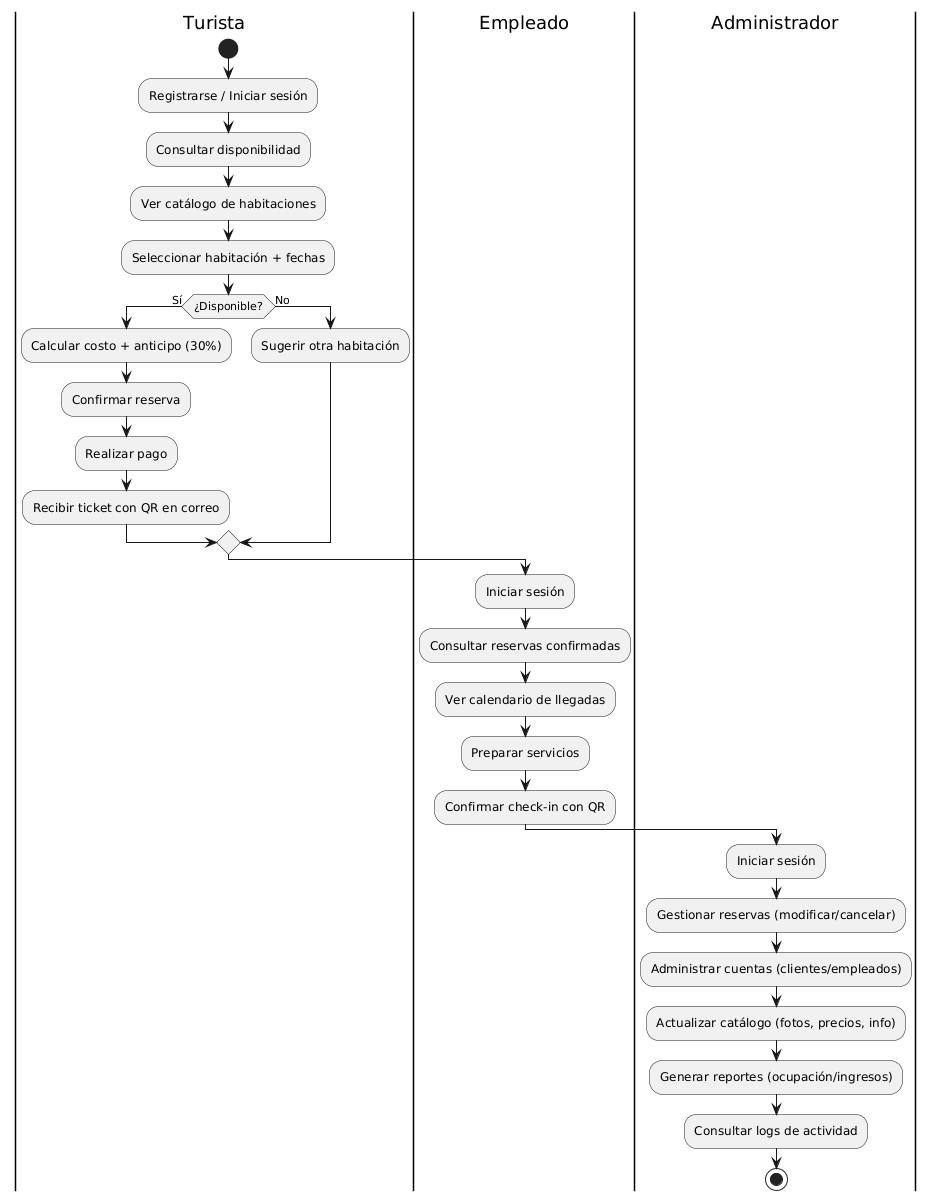
Above: Diagramas UML 4+1/DiagramaDeActividad.png in crashgluck/hotel_proyecto_duoc (PlantUML), before the change.
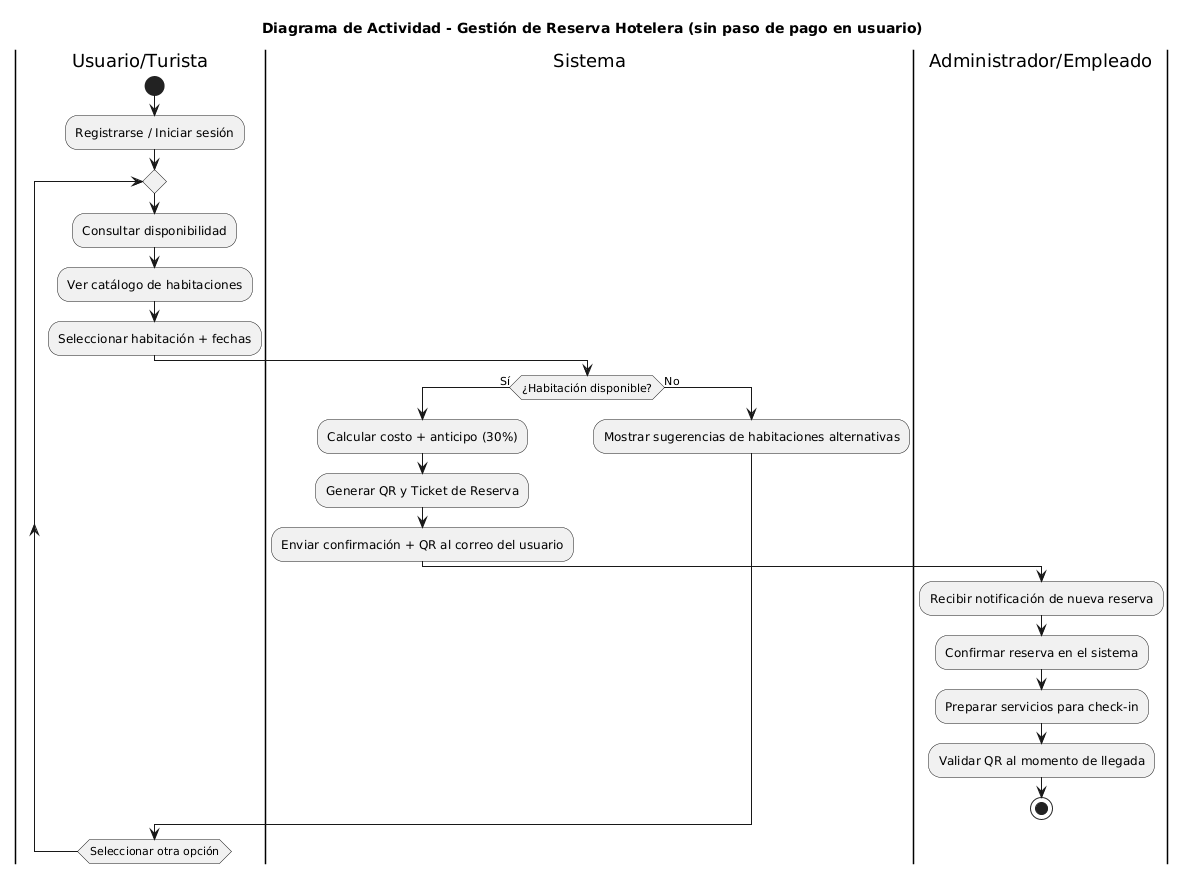
The same diagram one commit later.

Commit message:
Actualización de diagramad de actividad

Modificación de diagrama según feedback

What changed in the source:
```diff
@@ -1,34 +1,33 @@
 @startuml
-|Turista|
+title Diagrama de Actividad - Gestión de Reserva Hotelera (sin paso de pago en usuario)
+
+|Usuario/Turista|
 start
 :Registrarse / Iniciar sesión;
-:Consultar disponibilidad;
-:Ver catálogo de habitaciones;
-:Seleccionar habitación + fechas;
+repeat
+  :Consultar disponibilidad;
+  :Ver catálogo de habitaciones;
+  :Seleccionar habitación + fechas;
+  ->
 
-if (¿Disponible?) then (Sí)
-  :Calcular costo + anticipo (30%);
-  :Confirmar reserva;
-  :Realizar pago;
-  :Recibir ticket con QR en correo;
-else (No)
-  :Sugerir otra habitación;
-endif
+  |Sistema|
+  if (¿Habitación disponible?) then (Sí)
+    :Calcular costo + anticipo (30%);
+    :Generar QR y Ticket de Reserva;
+    :Enviar confirmación + QR al correo del usuario;
+    ->
 
-|Empleado|
-:Iniciar sesión;
-:Consultar reservas confirmadas;
-:Ver calendario de llegadas;
-:Preparar servicios;
-:Confirmar check-in con QR;
-
-|Administrador|
-:Iniciar sesión;
-:Gestionar reservas (modificar/cancelar);
-:Administrar cuentas (clientes/empleados);
-:Actualizar catálogo (fotos, precios, info);
-:Generar reportes (ocupación/ingresos);
-:Consultar logs de actividad;
-
-stop
+    |Administrador/Empleado|
+    :Recibir notificación de nueva reserva;
+    :Confirmar reserva en el sistema;
+    :Preparar servicios para check-in;
+    :Validar QR al momento de llegada;
+    stop
+     |Sistema|
+  else (No)
+    :Mostrar sugerencias de habitaciones alternativas;
+    ->
+|Usuario/Turista|
+  endif
+repeat while (Seleccionar otra opción)
 @enduml
```
